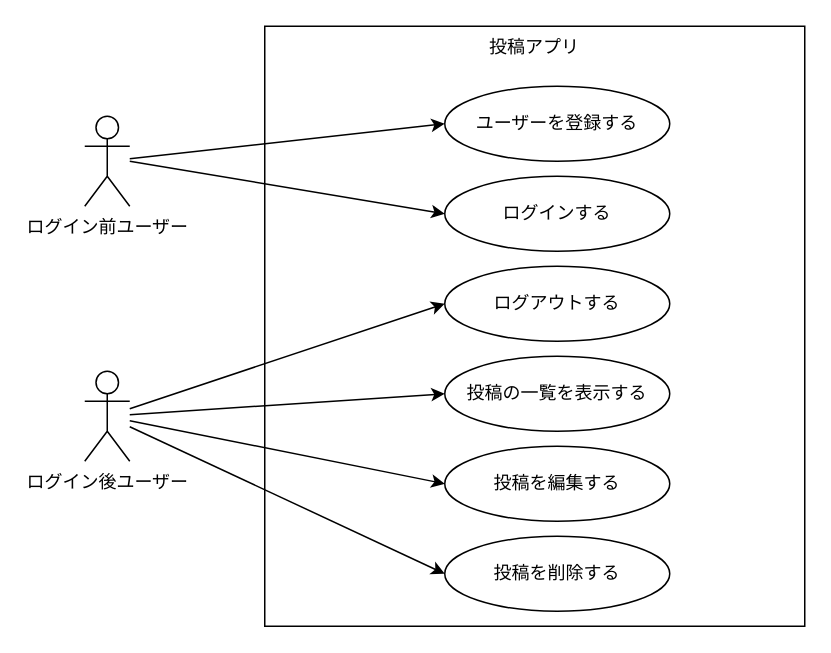
basstuba/post-app-practice keeps this draw.io diagram as docs/13-2/post-usecase.drawio. Above is the earlier version. Source tidied: cells renumbered, new cells numbered last; positions are measured from the earlier drawing's top-left corner, leaving out a move shared by most shapes. Both pictures are drawn from the tidied source at 150%, with x=0, y=0 at pixel (84, 26).
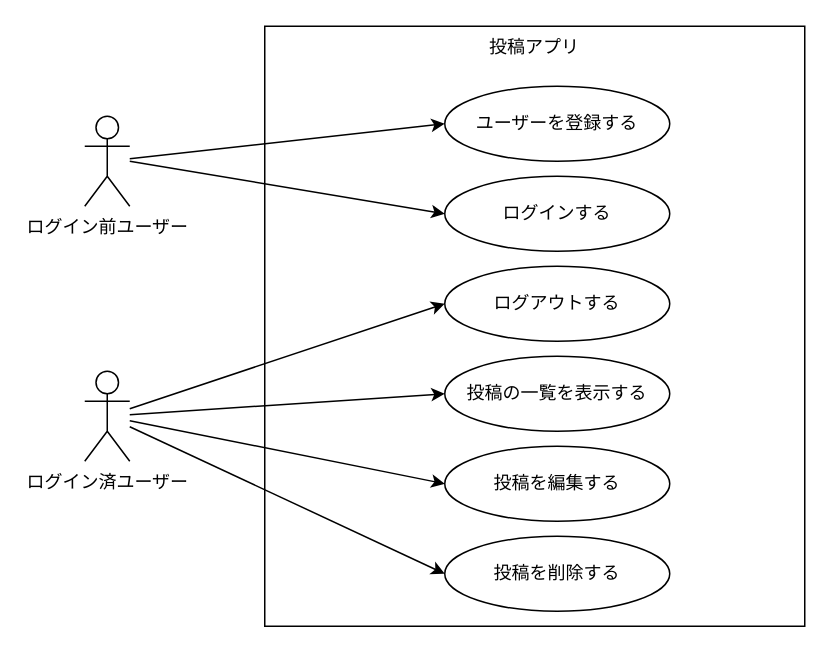
The same diagram, later.

What changed in the source:
```diff
@@
 <mxGraphModel background="#FFFFFF">
   <root>
     <mxCell id="0" />
     <mxCell id="1" parent="0" />
     <mxCell id="2" value="ログイン前ユーザー" style="shape=umlActor;verticalLabelPosition=bottom;verticalAlign=top;html=1;outlineConnect=0;" parent="1" vertex="1">
       <mxGeometry y="60" width="30" height="60" as="geometry" />
     </mxCell>
-    <mxCell id="3" value="ログイン後ユーザー" style="shape=umlActor;verticalLabelPosition=bottom;verticalAlign=top;html=1;outlineConnect=0;" parent="1" vertex="1">
+    <mxCell id="3" value="ログイン済ユーザー" style="shape=umlActor;verticalLabelPosition=bottom;verticalAlign=top;html=1;outlineConnect=0;" parent="1" vertex="1">
       <mxGeometry y="230" width="30" height="60" as="geometry" />
     </mxCell>
     <mxCell id="4" value="投稿アプリ" style="rounded=0;whiteSpace=wrap;html=1;verticalAlign=top;" parent="1" vertex="1">
       <mxGeometry x="120" width="360" height="400" as="geometry" />
     </mxCell>
     <mxCell id="5" value="ユーザーを登録する" style="ellipse;whiteSpace=wrap;html=1;" parent="1" vertex="1">
       <mxGeometry x="240" y="40" width="150" height="50" as="geometry" />
     </mxCell>
     <mxCell id="6" value="ログインする" style="ellipse;whiteSpace=wrap;html=1;" parent="1" vertex="1">
       <mxGeometry x="240" y="100" width="150" height="50" as="geometry" />
     </mxCell>
     <mxCell id="7" value="ログアウトする" style="ellipse;whiteSpace=wrap;html=1;" parent="1" vertex="1">
       <mxGeometry x="240" y="160" width="150" height="50" as="geometry" />
     </mxCell>
     <mxCell id="8" value="投稿の一覧を表示する" style="ellipse;whiteSpace=wrap;html=1;" parent="1" vertex="1">
       <mxGeometry x="240" y="220" width="150" height="50" as="geometry" />
     </mxCell>
     <mxCell id="9" value="投稿を編集する" style="ellipse;whiteSpace=wrap;html=1;" parent="1" vertex="1">
       <mxGeometry x="240" y="280" width="150" height="50" as="geometry" />
     </mxCell>
     <mxCell id="10" value="投稿を削除する" style="ellipse;whiteSpace=wrap;html=1;" parent="1" vertex="1">
       <mxGeometry x="240" y="340" width="150" height="50" as="geometry" />
     </mxCell>
     <mxCell id="11" style="edgeStyle=none;html=1;entryX=0;entryY=0.5;entryDx=0;entryDy=0;" parent="1" edge="1" source="2" target="5">
       <mxGeometry relative="1" as="geometry" />
     </mxCell>
     <mxCell id="12" style="edgeStyle=none;html=1;entryX=0;entryY=0.5;entryDx=0;entryDy=0;" parent="1" edge="1" target="6">
       <mxGeometry relative="1" as="geometry">
         <mxPoint x="30" y="90" as="sourcePoint" />
       </mxGeometry>
     </mxCell>
     <mxCell id="13" style="edgeStyle=none;html=1;entryX=0;entryY=0.5;entryDx=0;entryDy=0;" parent="1" edge="1" source="3" target="7">
       <mxGeometry relative="1" as="geometry" />
     </mxCell>
     <mxCell id="14" style="edgeStyle=none;html=1;entryX=0;entryY=0.5;entryDx=0;entryDy=0;" parent="1" edge="1" source="3" target="8">
       <mxGeometry relative="1" as="geometry" />
     </mxCell>
     <mxCell id="15" style="edgeStyle=none;html=1;entryX=0;entryY=0.5;entryDx=0;entryDy=0;" parent="1" edge="1" source="3" target="9">
       <mxGeometry relative="1" as="geometry" />
     </mxCell>
     <mxCell id="16" style="edgeStyle=none;html=1;entryX=0;entryY=0.5;entryDx=0;entryDy=0;" parent="1" edge="1" source="3" target="10">
       <mxGeometry relative="1" as="geometry" />
     </mxCell>
   </root>
 </mxGraphModel>
```
